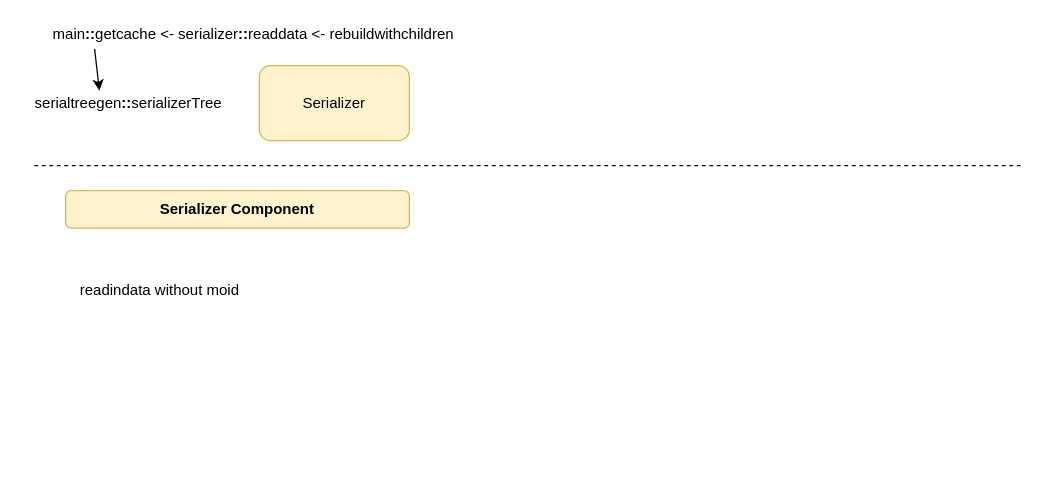
This is dia.drawio from magal-git/MyFlutter, a draw.io file, before an edit. Source tidied: cells renumbered, new cells numbered last; positions are measured from the earlier drawing's top-left corner, leaving out a move shared by most shapes. Both pictures are drawn from the tidied source at 125%, with x=0, y=0 at pixel (21, 21).
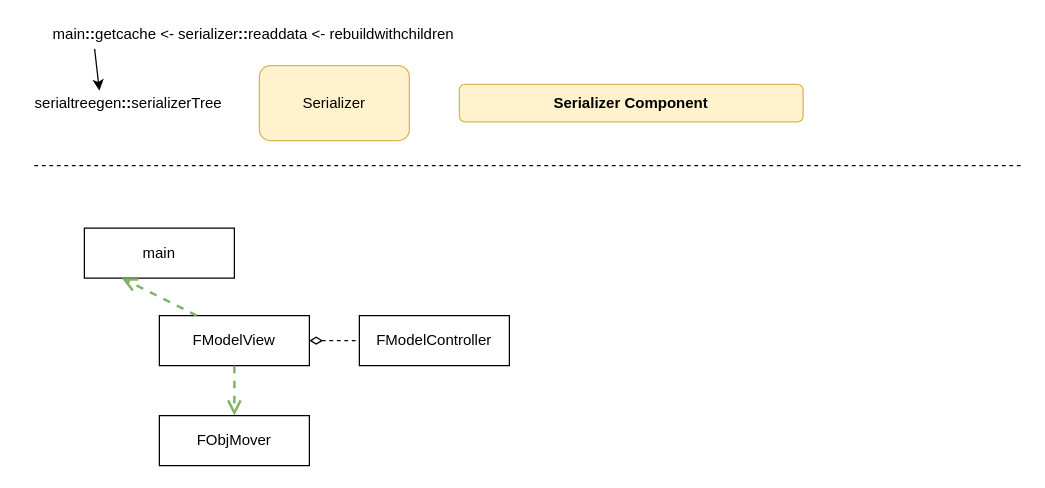
The same diagram, later.

Diff of the diagram source:
```diff
@@
 <mxGraphModel>
   <root>
     <mxCell id="0" />
     <mxCell id="1" parent="0" />
     <mxCell id="2" value="&lt;div&gt;main&lt;b&gt;::&lt;/b&gt;getcache &amp;lt;- serializer&lt;b&gt;::&lt;/b&gt;readdata &amp;lt;- rebuildwithchildren&lt;/div&gt;" style="text;html=1;align=center;verticalAlign=middle;points=[];strokeColor=none;" parent="1" vertex="1">
       <mxGeometry x="15" width="340" height="20" as="geometry" />
     </mxCell>
     <mxCell id="3" style="endArrow=classic;html=1;exitX=0.127;exitY=1.08;exitDx=0;exitDy=0;exitPerimeter=0;" parent="1" edge="1" source="2">
       <mxGeometry relative="1" as="geometry">
         <mxPoint x="62" y="55" as="targetPoint" />
       </mxGeometry>
     </mxCell>
     <mxCell id="4" value="serialtreegen&lt;b&gt;::&lt;/b&gt;serializerTree" style="text;html=1;align=center;verticalAlign=middle;strokeColor=none;" parent="1" vertex="1">
       <mxGeometry y="55" width="170" height="20" as="geometry" />
     </mxCell>
     <mxCell id="5" value="Serializer" style="rounded=1;whiteSpace=wrap;html=1;fillColor=#fff2cc;strokeColor=#d6b656;" parent="1" vertex="1">
       <mxGeometry x="190" y="35" width="120" height="60" as="geometry" />
     </mxCell>
     <mxCell id="6" value="&lt;b&gt;Serializer Component&lt;/b&gt;" style="rounded=1;whiteSpace=wrap;html=1;fillColor=#fff2cc;strokeColor=#d6b656;" parent="1" vertex="1">
-      <mxGeometry x="35" y="135" width="275" height="30" as="geometry" />
+      <mxGeometry x="350" y="50" width="275" height="30" as="geometry" />
     </mxCell>
     <mxCell id="7" style="endArrow=none;dashed=1;html=1;" parent="1" edge="1">
       <mxGeometry relative="1" as="geometry">
         <mxPoint x="10" y="115" as="sourcePoint" />
         <mxPoint x="800" y="115" as="targetPoint" />
       </mxGeometry>
     </mxCell>
-    <mxCell id="8" value="readindata without moid" style="text;html=1;align=center;verticalAlign=middle;points=[];strokeColor=none;" parent="1" vertex="1">
-      <mxGeometry x="40" y="205" width="140" height="20" as="geometry" />
+    <mxCell id="8" value="main" style="rounded=0;whiteSpace=wrap;html=1;" parent="1" vertex="1">
+      <mxGeometry x="50" y="165" width="120" height="40" as="geometry" />
     </mxCell>
+    <mxCell id="9" value="FModelView" style="rounded=0;whiteSpace=wrap;html=1;" parent="1" vertex="1">
+      <mxGeometry x="110" y="235" width="120" height="40" as="geometry" />
+    </mxCell>
+    <mxCell id="10" value="FObjMover" style="rounded=0;whiteSpace=wrap;html=1;" parent="1" vertex="1">
+      <mxGeometry x="110" y="315" width="120" height="40" as="geometry" />
+    </mxCell>
+    <mxCell id="11" style="endArrow=open;startArrow=none;endFill=0;startFill=0;endSize=8;html=1;verticalAlign=bottom;labelBackgroundColor=none;strokeWidth=2;exitX=0.25;exitY=0;exitDx=0;exitDy=0;entryX=0.25;entryY=1;entryDx=0;entryDy=0;fillColor=#d5e8d4;strokeColor=#82b366;dashed=1;" parent="1" edge="1" source="9" target="8">
+      <mxGeometry relative="1" as="geometry" />
+    </mxCell>
+    <mxCell id="12" style="endArrow=open;startArrow=none;endFill=0;startFill=0;endSize=8;html=1;verticalAlign=bottom;labelBackgroundColor=none;strokeWidth=2;exitX=0.5;exitY=1;exitDx=0;exitDy=0;entryX=0.5;entryY=0;entryDx=0;entryDy=0;fillColor=#d5e8d4;strokeColor=#82b366;dashed=1;" parent="1" edge="1" source="9" target="10">
+      <mxGeometry relative="1" as="geometry" />
+    </mxCell>
+    <mxCell id="13" value="FModelController" style="rounded=0;whiteSpace=wrap;html=1;" parent="1" vertex="1">
+      <mxGeometry x="270" y="235" width="120" height="40" as="geometry" />
+    </mxCell>
+    <mxCell id="14" style="endArrow=none;startArrow=diamondThin;endFill=0;startFill=0;html=1;verticalAlign=bottom;labelBackgroundColor=none;strokeWidth=1;startSize=8;endSize=8;dashed=1;exitX=1;exitY=0.5;exitDx=0;exitDy=0;exitPerimeter=0;entryX=0;entryY=0.5;entryDx=0;entryDy=0;" parent="1" edge="1" source="9" target="13">
+      <mxGeometry relative="1" as="geometry" />
+    </mxCell>
   </root>
 </mxGraphModel>
```
